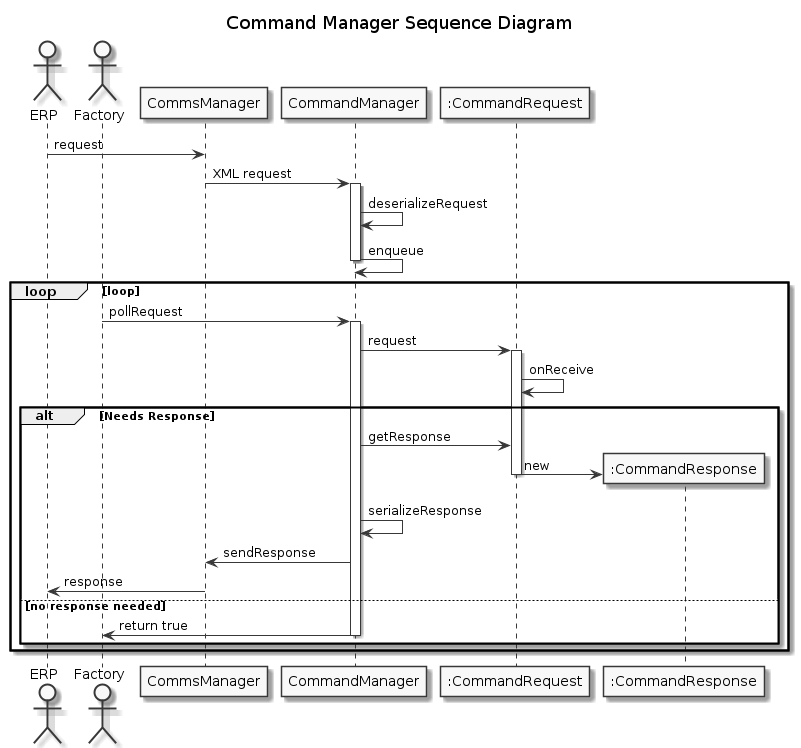
avrocha/plant-floor-control keeps this PlantUML diagram as docs/sequence_uml/command_manager.png. Above is the earlier version.
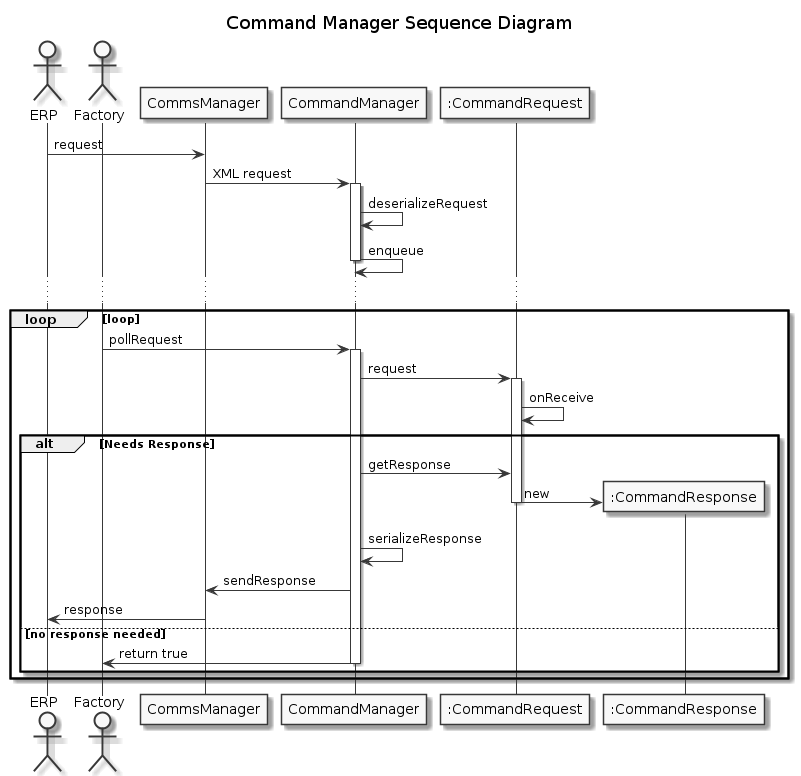
After the commit.

Change to the diagram source:
```diff
@@ -16,6 +16,8 @@
 
 CommandManager->CommandManager: enqueue
 deactivate CommandManager
+
+...
 
 loop loop
 
```
